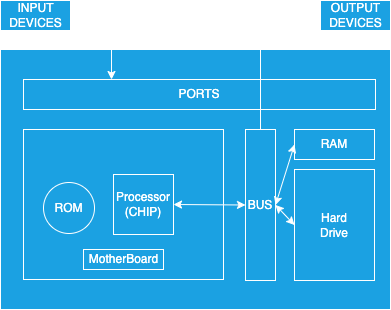
The draw.io diagram Img/101_computer_work2.png in uwspstar/FullStack, before a commit. Source tidied: cells renumbered, new cells last; positions are measured from the earlier drawing's top-left corner, leaving out a move shared by most shapes. The source it was exported from:
```xml
<mxGraphModel>
  <root>
    <mxCell id="0" />
    <mxCell id="1" parent="0" />
    <mxCell id="2" style="rounded=0;whiteSpace=wrap;html=1;fillColor=#1ba1e2;fontColor=#ffffff;strokeColor=#FFFFFF;" parent="1" vertex="1">
      <mxGeometry y="49" width="390" height="260" as="geometry" />
    </mxCell>
    <mxCell id="3" value="RAM" style="rounded=0;whiteSpace=wrap;html=1;fillColor=#1ba1e2;fontColor=#ffffff;strokeColor=#FFFFFF;" parent="1" vertex="1">
      <mxGeometry x="294" y="129" width="80" height="30" as="geometry" />
    </mxCell>
    <mxCell id="4" value="Hard&lt;br&gt;Drive" style="rounded=0;whiteSpace=wrap;html=1;fillColor=#1ba1e2;fontColor=#ffffff;strokeColor=#FFFFFF;" parent="1" vertex="1">
      <mxGeometry x="294" y="169" width="80" height="111" as="geometry" />
    </mxCell>
    <mxCell id="5" style="rounded=0;whiteSpace=wrap;html=1;fillColor=#1ba1e2;fontColor=#ffffff;strokeColor=#FFFFFF;" parent="1" vertex="1">
      <mxGeometry x="23" y="129" width="200" height="150" as="geometry" />
    </mxCell>
    <mxCell id="6" value="ROM" style="ellipse;whiteSpace=wrap;html=1;rounded=0;fillColor=#1ba1e2;fontColor=#ffffff;strokeColor=#FFFFFF;" parent="1" vertex="1">
      <mxGeometry x="43" y="182" width="51" height="51" as="geometry" />
    </mxCell>
    <mxCell id="7" value="Processor&lt;br&gt;(CHIP)" style="whiteSpace=wrap;html=1;rounded=0;fillColor=#1ba1e2;fontColor=#ffffff;strokeColor=#FFFFFF;" parent="1" vertex="1">
      <mxGeometry x="113" y="174" width="60" height="60" as="geometry" />
    </mxCell>
    <mxCell id="8" value="MotherBoard" style="text;html=1;align=center;verticalAlign=middle;rounded=0;fillColor=#1ba1e2;fontColor=#ffffff;strokeColor=#FFFFFF;" parent="1" vertex="1">
      <mxGeometry x="83" y="249" width="80" height="20" as="geometry" />
    </mxCell>
    <mxCell id="9" value="BUS" style="rounded=0;whiteSpace=wrap;html=1;fillColor=#1ba1e2;fontColor=#ffffff;strokeColor=#FFFFFF;" parent="1" vertex="1">
      <mxGeometry x="245" y="129" width="30" height="151" as="geometry" />
    </mxCell>
    <mxCell id="10" value="PORTS" style="rounded=0;whiteSpace=wrap;html=1;fillColor=#1ba1e2;fontColor=#ffffff;strokeColor=#FFFFFF;" parent="1" vertex="1">
      <mxGeometry x="23" y="79" width="352" height="30" as="geometry" />
    </mxCell>
    <mxCell id="11" value="INPUT&lt;br&gt;DEVICES" style="text;html=1;align=center;verticalAlign=middle;points=[];rounded=0;fillColor=#1ba1e2;fontColor=#ffffff;strokeColor=#FFFFFF;" parent="1" vertex="1">
      <mxGeometry width="70" height="30" as="geometry" />
    </mxCell>
    <mxCell id="12" value="OUTPUT&lt;br&gt;DEVICES" style="text;html=1;align=center;verticalAlign=middle;points=[];rounded=0;fillColor=#1ba1e2;fontColor=#ffffff;strokeColor=#FFFFFF;" parent="1" vertex="1">
      <mxGeometry x="320" width="70" height="30" as="geometry" />
    </mxCell>
    <mxCell id="13" style="endArrow=classic;html=1;exitX=1.023;exitY=0.503;exitDx=0;exitDy=0;exitPerimeter=0;entryX=0.25;entryY=0;entryDx=0;entryDy=0;fontColor=default;fillColor=#1ba1e2;strokeColor=#FFFFFF;rounded=0;" parent="1" edge="1" source="11" target="10">
      <mxGeometry relative="1" as="geometry">
        <Array as="points">
          <mxPoint x="111" y="15" />
        </Array>
      </mxGeometry>
    </mxCell>
    <mxCell id="14" style="endArrow=classic;html=1;entryX=-0.034;entryY=0.637;entryDx=0;entryDy=0;entryPerimeter=0;exitX=0.5;exitY=0;exitDx=0;exitDy=0;fontColor=default;fillColor=#1ba1e2;strokeColor=#FFFFFF;rounded=0;" parent="1" edge="1" source="9" target="12">
      <mxGeometry relative="1" as="geometry">
        <Array as="points">
          <mxPoint x="260" y="19" />
        </Array>
      </mxGeometry>
    </mxCell>
    <mxCell id="15" style="endArrow=classic;startArrow=classic;html=1;entryX=0;entryY=0.5;entryDx=0;entryDy=0;exitX=1;exitY=0.5;exitDx=0;exitDy=0;fontColor=default;fillColor=#1ba1e2;strokeColor=#FFFFFF;rounded=0;" parent="1" edge="1" source="7" target="9">
      <mxGeometry relative="1" as="geometry" />
    </mxCell>
    <mxCell id="16" style="endArrow=classic;startArrow=classic;html=1;exitX=1;exitY=0.5;exitDx=0;exitDy=0;entryX=0;entryY=0.5;entryDx=0;entryDy=0;fontColor=default;fillColor=#1ba1e2;strokeColor=#FFFFFF;rounded=0;" parent="1" edge="1" source="9" target="3">
      <mxGeometry relative="1" as="geometry" />
    </mxCell>
    <mxCell id="17" style="endArrow=classic;startArrow=classic;html=1;exitX=1;exitY=0.5;exitDx=0;exitDy=0;entryX=0;entryY=0.5;entryDx=0;entryDy=0;fontColor=default;fillColor=#1ba1e2;strokeColor=#FFFFFF;rounded=0;" parent="1" edge="1" source="9" target="4">
      <mxGeometry relative="1" as="geometry" />
    </mxCell>
  </root>
</mxGraphModel>
```
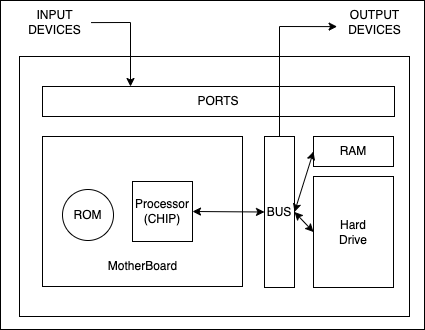
After the change.

Change to the diagram source:
```diff
@@ -2,60 +2,63 @@
   <root>
     <mxCell id="0" />
     <mxCell id="1" parent="0" />
+    <mxCell id="18" style="rounded=0;whiteSpace=wrap;html=1;" parent="1" vertex="1">
+      <mxGeometry x="-19" y="-7" width="424" height="329" as="geometry" />
+    </mxCell>
-    <mxCell id="2" style="rounded=0;whiteSpace=wrap;html=1;fillColor=#1ba1e2;fontColor=#ffffff;strokeColor=#FFFFFF;" parent="1" vertex="1">
+    <mxCell id="2" style="rounded=0;whiteSpace=wrap;html=1;" parent="1" vertex="1">
       <mxGeometry y="49" width="390" height="260" as="geometry" />
     </mxCell>
-    <mxCell id="3" value="RAM" style="rounded=0;whiteSpace=wrap;html=1;fillColor=#1ba1e2;fontColor=#ffffff;strokeColor=#FFFFFF;" parent="1" vertex="1">
+    <mxCell id="3" value="RAM" style="rounded=0;whiteSpace=wrap;html=1;" parent="1" vertex="1">
       <mxGeometry x="294" y="129" width="80" height="30" as="geometry" />
     </mxCell>
-    <mxCell id="4" value="Hard&lt;br&gt;Drive" style="rounded=0;whiteSpace=wrap;html=1;fillColor=#1ba1e2;fontColor=#ffffff;strokeColor=#FFFFFF;" parent="1" vertex="1">
+    <mxCell id="4" value="Hard&lt;br&gt;Drive" style="rounded=0;whiteSpace=wrap;html=1;" parent="1" vertex="1">
       <mxGeometry x="294" y="169" width="80" height="111" as="geometry" />
     </mxCell>
-    <mxCell id="5" style="rounded=0;whiteSpace=wrap;html=1;fillColor=#1ba1e2;fontColor=#ffffff;strokeColor=#FFFFFF;" parent="1" vertex="1">
+    <mxCell id="5" style="rounded=0;whiteSpace=wrap;html=1;" parent="1" vertex="1">
       <mxGeometry x="23" y="129" width="200" height="150" as="geometry" />
     </mxCell>
-    <mxCell id="6" value="ROM" style="ellipse;whiteSpace=wrap;html=1;rounded=0;fillColor=#1ba1e2;fontColor=#ffffff;strokeColor=#FFFFFF;" parent="1" vertex="1">
+    <mxCell id="6" value="ROM" style="ellipse;whiteSpace=wrap;html=1;rounded=0;" parent="1" vertex="1">
       <mxGeometry x="43" y="182" width="51" height="51" as="geometry" />
     </mxCell>
-    <mxCell id="7" value="Processor&lt;br&gt;(CHIP)" style="whiteSpace=wrap;html=1;rounded=0;fillColor=#1ba1e2;fontColor=#ffffff;strokeColor=#FFFFFF;" parent="1" vertex="1">
+    <mxCell id="7" value="Processor&lt;br&gt;(CHIP)" style="whiteSpace=wrap;html=1;rounded=0;" parent="1" vertex="1">
       <mxGeometry x="113" y="174" width="60" height="60" as="geometry" />
     </mxCell>
-    <mxCell id="8" value="MotherBoard" style="text;html=1;align=center;verticalAlign=middle;rounded=0;fillColor=#1ba1e2;fontColor=#ffffff;strokeColor=#FFFFFF;" parent="1" vertex="1">
+    <mxCell id="8" value="MotherBoard" style="text;html=1;align=center;verticalAlign=middle;rounded=0;" parent="1" vertex="1">
       <mxGeometry x="83" y="249" width="80" height="20" as="geometry" />
     </mxCell>
-    <mxCell id="9" value="BUS" style="rounded=0;whiteSpace=wrap;html=1;fillColor=#1ba1e2;fontColor=#ffffff;strokeColor=#FFFFFF;" parent="1" vertex="1">
+    <mxCell id="9" value="BUS" style="rounded=0;whiteSpace=wrap;html=1;" parent="1" vertex="1">
       <mxGeometry x="245" y="129" width="30" height="151" as="geometry" />
     </mxCell>
-    <mxCell id="10" value="PORTS" style="rounded=0;whiteSpace=wrap;html=1;fillColor=#1ba1e2;fontColor=#ffffff;strokeColor=#FFFFFF;" parent="1" vertex="1">
+    <mxCell id="10" value="PORTS" style="rounded=0;whiteSpace=wrap;html=1;" parent="1" vertex="1">
       <mxGeometry x="23" y="79" width="352" height="30" as="geometry" />
     </mxCell>
-    <mxCell id="11" value="INPUT&lt;br&gt;DEVICES" style="text;html=1;align=center;verticalAlign=middle;points=[];rounded=0;fillColor=#1ba1e2;fontColor=#ffffff;strokeColor=#FFFFFF;" parent="1" vertex="1">
+    <mxCell id="11" value="INPUT&lt;br&gt;DEVICES" style="text;html=1;align=center;verticalAlign=middle;points=[];rounded=0;" parent="1" vertex="1">
       <mxGeometry width="70" height="30" as="geometry" />
     </mxCell>
-    <mxCell id="12" value="OUTPUT&lt;br&gt;DEVICES" style="text;html=1;align=center;verticalAlign=middle;points=[];rounded=0;fillColor=#1ba1e2;fontColor=#ffffff;strokeColor=#FFFFFF;" parent="1" vertex="1">
+    <mxCell id="12" value="OUTPUT&lt;br&gt;DEVICES" style="text;html=1;align=center;verticalAlign=middle;points=[];rounded=0;" parent="1" vertex="1">
       <mxGeometry x="320" width="70" height="30" as="geometry" />
     </mxCell>
-    <mxCell id="13" style="endArrow=classic;html=1;exitX=1.023;exitY=0.503;exitDx=0;exitDy=0;exitPerimeter=0;entryX=0.25;entryY=0;entryDx=0;entryDy=0;fontColor=default;fillColor=#1ba1e2;strokeColor=#FFFFFF;rounded=0;" parent="1" edge="1" source="11" target="10">
+    <mxCell id="13" style="endArrow=classic;html=1;exitX=1.023;exitY=0.503;exitDx=0;exitDy=0;exitPerimeter=0;entryX=0.25;entryY=0;entryDx=0;entryDy=0;fontColor=default;rounded=0;" parent="1" edge="1" source="11" target="10">
       <mxGeometry relative="1" as="geometry">
         <Array as="points">
           <mxPoint x="111" y="15" />
         </Array>
       </mxGeometry>
     </mxCell>
-    <mxCell id="14" style="endArrow=classic;html=1;entryX=-0.034;entryY=0.637;entryDx=0;entryDy=0;entryPerimeter=0;exitX=0.5;exitY=0;exitDx=0;exitDy=0;fontColor=default;fillColor=#1ba1e2;strokeColor=#FFFFFF;rounded=0;" parent="1" edge="1" source="9" target="12">
+    <mxCell id="14" style="endArrow=classic;html=1;entryX=-0.034;entryY=0.637;entryDx=0;entryDy=0;entryPerimeter=0;exitX=0.5;exitY=0;exitDx=0;exitDy=0;fontColor=default;rounded=0;" parent="1" edge="1" source="9" target="12">
       <mxGeometry relative="1" as="geometry">
         <Array as="points">
           <mxPoint x="260" y="19" />
         </Array>
       </mxGeometry>
     </mxCell>
-    <mxCell id="15" style="endArrow=classic;startArrow=classic;html=1;entryX=0;entryY=0.5;entryDx=0;entryDy=0;exitX=1;exitY=0.5;exitDx=0;exitDy=0;fontColor=default;fillColor=#1ba1e2;strokeColor=#FFFFFF;rounded=0;" parent="1" edge="1" source="7" target="9">
+    <mxCell id="15" style="endArrow=classic;startArrow=classic;html=1;entryX=0;entryY=0.5;entryDx=0;entryDy=0;exitX=1;exitY=0.5;exitDx=0;exitDy=0;fontColor=default;rounded=0;" parent="1" edge="1" source="7" target="9">
       <mxGeometry relative="1" as="geometry" />
     </mxCell>
-    <mxCell id="16" style="endArrow=classic;startArrow=classic;html=1;exitX=1;exitY=0.5;exitDx=0;exitDy=0;entryX=0;entryY=0.5;entryDx=0;entryDy=0;fontColor=default;fillColor=#1ba1e2;strokeColor=#FFFFFF;rounded=0;" parent="1" edge="1" source="9" target="3">
+    <mxCell id="16" style="endArrow=classic;startArrow=classic;html=1;exitX=1;exitY=0.5;exitDx=0;exitDy=0;entryX=0;entryY=0.5;entryDx=0;entryDy=0;fontColor=default;rounded=0;" parent="1" edge="1" source="9" target="3">
       <mxGeometry relative="1" as="geometry" />
     </mxCell>
-    <mxCell id="17" style="endArrow=classic;startArrow=classic;html=1;exitX=1;exitY=0.5;exitDx=0;exitDy=0;entryX=0;entryY=0.5;entryDx=0;entryDy=0;fontColor=default;fillColor=#1ba1e2;strokeColor=#FFFFFF;rounded=0;" parent="1" edge="1" source="9" target="4">
+    <mxCell id="17" style="endArrow=classic;startArrow=classic;html=1;exitX=1;exitY=0.5;exitDx=0;exitDy=0;entryX=0;entryY=0.5;entryDx=0;entryDy=0;fontColor=default;rounded=0;" parent="1" edge="1" source="9" target="4">
       <mxGeometry relative="1" as="geometry" />
     </mxCell>
   </root>
```
